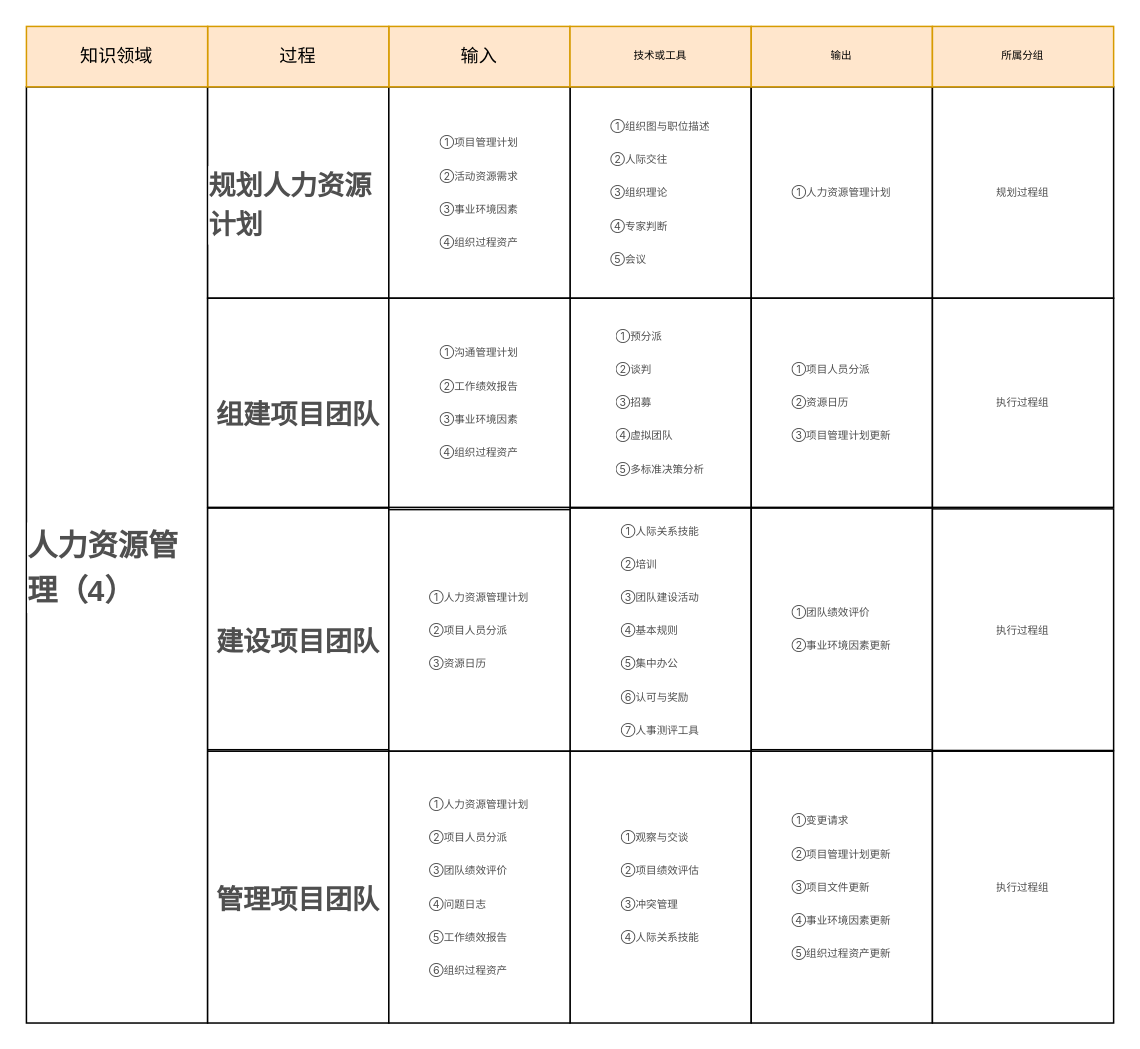
Above: 人力资源管理.drawio in pbm0802/GitIDEATest (draw.io), before the change. Source tidied: cells renumbered, new cells numbered last; positions are measured from the earlier drawing's top-left corner, leaving out a move shared by most shapes. Both pictures are drawn from the tidied source at 151%, with x=0, y=0 at pixel (26, 26).
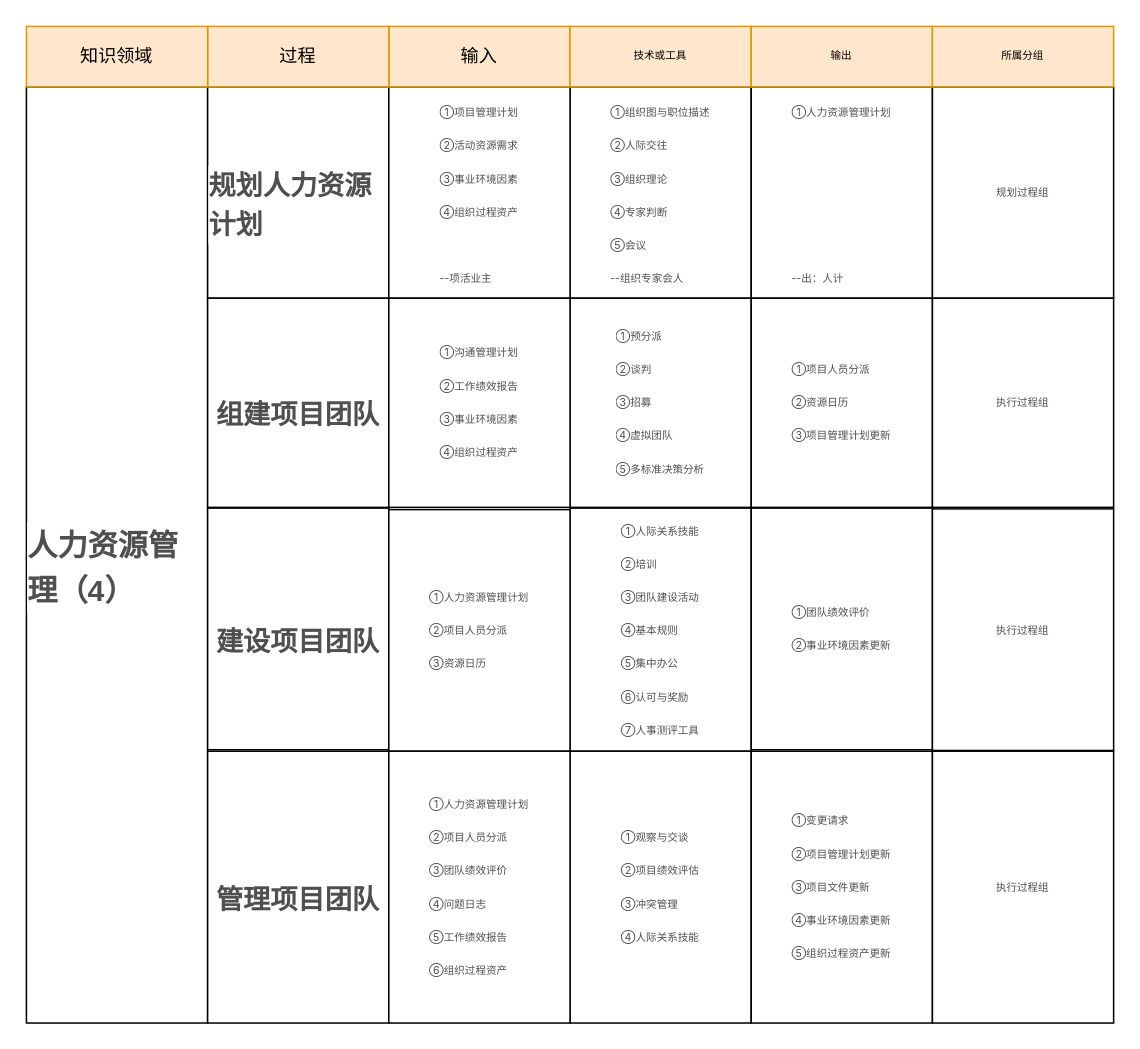
The same page after the edit.

Commit message (it also covers changes not shown here):
更新人力资源管理.drawio

Diff of the diagram source:
```diff
@@
-    <mxCell id="6" value="&lt;p style=&quot;box-sizing: border-box; outline: 0px; margin: 0px; padding: 0px; color: rgb(79, 79, 79); overflow: auto hidden; line-height: 22px; overflow-wrap: break-word; text-align: left; font-family: -apple-system, &amp;quot;SF UI Text&amp;quot;, Arial, &amp;quot;PingFang SC&amp;quot;, &amp;quot;Hiragino Sans GB&amp;quot;, &amp;quot;Microsoft YaHei&amp;quot;, &amp;quot;WenQuanYi Micro Hei&amp;quot;, sans-serif, SimHei, SimSun; background-color: rgb(255, 255, 255); font-size: 7px;&quot;&gt;&lt;font style=&quot;font-size: 7px;&quot;&gt;①组织图与职位描述&lt;/font&gt;&lt;/p&gt;&lt;p style=&quot;box-sizing: border-box; outline: 0px; margin: 0px; padding: 0px; color: rgb(79, 79, 79); overflow: auto hidden; line-height: 22px; overflow-wrap: break-word; text-align: left; font-family: -apple-system, &amp;quot;SF UI Text&amp;quot;, Arial, &amp;quot;PingFang SC&amp;quot;, &amp;quot;Hiragino Sans GB&amp;quot;, &amp;quot;Microsoft YaHei&amp;quot;, &amp;quot;WenQuanYi Micro Hei&amp;quot;, sans-serif, SimHei, SimSun; background-color: rgb(255, 255, 255); font-size: 7px;&quot;&gt;&lt;font style=&quot;font-size: 7px;&quot;&gt;②人际交往&lt;/font&gt;&lt;/p&gt;&lt;p style=&quot;box-sizing: border-box; outline: 0px; margin: 0px; padding: 0px; color: rgb(79, 79, 79); overflow: auto hidden; line-height: 22px; overflow-wrap: break-word; text-align: left; font-family: -apple-system, &amp;quot;SF UI Text&amp;quot;, Arial, &amp;quot;PingFang SC&amp;quot;, &amp;quot;Hiragino Sans GB&amp;quot;, &amp;quot;Microsoft YaHei&amp;quot;, &amp;quot;WenQuanYi Micro Hei&amp;quot;, sans-serif, SimHei, SimSun; background-color: rgb(255, 255, 255); font-size: 7px;&quot;&gt;&lt;font style=&quot;font-size: 7px;&quot;&gt;③组织理论&lt;/font&gt;&lt;/p&gt;&lt;p style=&quot;box-sizing: border-box; outline: 0px; margin: 0px; padding: 0px; color: rgb(79, 79, 79); overflow: auto hidden; line-height: 22px; overflow-wrap: break-word; text-align: left; font-family: -apple-system, &amp;quot;SF UI Text&amp;quot;, Arial, &amp;quot;PingFang SC&amp;quot;, &amp;quot;Hiragino Sans GB&amp;quot;, &amp;quot;Microsoft YaHei&amp;quot;, &amp;quot;WenQuanYi Micro Hei&amp;quot;, sans-serif, SimHei, SimSun; background-color: rgb(255, 255, 255); font-size: 7px;&quot;&gt;&lt;font style=&quot;font-size: 7px;&quot;&gt;④专家判断&lt;/font&gt;&lt;/p&gt;&lt;p style=&quot;box-sizing: border-box; outline: 0px; margin: 0px; padding: 0px; color: rgb(79, 79, 79); overflow: auto hidden; line-height: 22px; overflow-wrap: break-word; text-align: left; font-family: -apple-system, &amp;quot;SF UI Text&amp;quot;, Arial, &amp;quot;PingFang SC&amp;quot;, &amp;quot;Hiragino Sans GB&amp;quot;, &amp;quot;Microsoft YaHei&amp;quot;, &amp;quot;WenQuanYi Micro Hei&amp;quot;, sans-serif, SimHei, SimSun; background-color: rgb(255, 255, 255); font-size: 7px;&quot;&gt;&lt;font style=&quot;font-size: 7px;&quot;&gt;⑤会议&lt;/font&gt;&lt;/p&gt;" style="rounded=0;whiteSpace=wrap;html=1;fontSize=7;" parent="1" vertex="1">
+    <mxCell id="6" value="&lt;p style=&quot;box-sizing: border-box; outline: 0px; margin: 0px; padding: 0px; color: rgb(79, 79, 79); overflow: auto hidden; line-height: 22px; overflow-wrap: break-word; text-align: left; font-family: -apple-system, &amp;quot;SF UI Text&amp;quot;, Arial, &amp;quot;PingFang SC&amp;quot;, &amp;quot;Hiragino Sans GB&amp;quot;, &amp;quot;Microsoft YaHei&amp;quot;, &amp;quot;WenQuanYi Micro Hei&amp;quot;, sans-serif, SimHei, SimSun; background-color: rgb(255, 255, 255); font-size: 7px;&quot;&gt;&lt;font style=&quot;font-size: 7px;&quot;&gt;①组织图与职位描述&lt;/font&gt;&lt;/p&gt;&lt;p style=&quot;box-sizing: border-box; outline: 0px; margin: 0px; padding: 0px; color: rgb(79, 79, 79); overflow: auto hidden; line-height: 22px; overflow-wrap: break-word; text-align: left; font-family: -apple-system, &amp;quot;SF UI Text&amp;quot;, Arial, &amp;quot;PingFang SC&amp;quot;, &amp;quot;Hiragino Sans GB&amp;quot;, &amp;quot;Microsoft YaHei&amp;quot;, &amp;quot;WenQuanYi Micro Hei&amp;quot;, sans-serif, SimHei, SimSun; background-color: rgb(255, 255, 255); font-size: 7px;&quot;&gt;&lt;font style=&quot;font-size: 7px;&quot;&gt;②人际交往&lt;/font&gt;&lt;/p&gt;&lt;p style=&quot;box-sizing: border-box; outline: 0px; margin: 0px; padding: 0px; color: rgb(79, 79, 79); overflow: auto hidden; line-height: 22px; overflow-wrap: break-word; text-align: left; font-family: -apple-system, &amp;quot;SF UI Text&amp;quot;, Arial, &amp;quot;PingFang SC&amp;quot;, &amp;quot;Hiragino Sans GB&amp;quot;, &amp;quot;Microsoft YaHei&amp;quot;, &amp;quot;WenQuanYi Micro Hei&amp;quot;, sans-serif, SimHei, SimSun; background-color: rgb(255, 255, 255); font-size: 7px;&quot;&gt;&lt;font style=&quot;font-size: 7px;&quot;&gt;③组织理论&lt;/font&gt;&lt;/p&gt;&lt;p style=&quot;box-sizing: border-box; outline: 0px; margin: 0px; padding: 0px; color: rgb(79, 79, 79); overflow: auto hidden; line-height: 22px; overflow-wrap: break-word; text-align: left; font-family: -apple-system, &amp;quot;SF UI Text&amp;quot;, Arial, &amp;quot;PingFang SC&amp;quot;, &amp;quot;Hiragino Sans GB&amp;quot;, &amp;quot;Microsoft YaHei&amp;quot;, &amp;quot;WenQuanYi Micro Hei&amp;quot;, sans-serif, SimHei, SimSun; background-color: rgb(255, 255, 255); font-size: 7px;&quot;&gt;&lt;font style=&quot;font-size: 7px;&quot;&gt;④专家判断&lt;/font&gt;&lt;/p&gt;&lt;p style=&quot;box-sizing: border-box; outline: 0px; margin: 0px; padding: 0px; color: rgb(79, 79, 79); overflow: auto hidden; line-height: 22px; overflow-wrap: break-word; text-align: left; font-family: -apple-system, &amp;quot;SF UI Text&amp;quot;, Arial, &amp;quot;PingFang SC&amp;quot;, &amp;quot;Hiragino Sans GB&amp;quot;, &amp;quot;Microsoft YaHei&amp;quot;, &amp;quot;WenQuanYi Micro Hei&amp;quot;, sans-serif, SimHei, SimSun; background-color: rgb(255, 255, 255); font-size: 7px;&quot;&gt;&lt;font style=&quot;font-size: 7px;&quot;&gt;⑤会议&lt;/font&gt;&lt;/p&gt;&lt;p style=&quot;box-sizing: border-box; outline: 0px; margin: 0px; padding: 0px; color: rgb(79, 79, 79); overflow: auto hidden; line-height: 22px; overflow-wrap: break-word; text-align: left; font-family: -apple-system, &amp;quot;SF UI Text&amp;quot;, Arial, &amp;quot;PingFang SC&amp;quot;, &amp;quot;Hiragino Sans GB&amp;quot;, &amp;quot;Microsoft YaHei&amp;quot;, &amp;quot;WenQuanYi Micro Hei&amp;quot;, sans-serif, SimHei, SimSun; background-color: rgb(255, 255, 255); font-size: 7px;&quot;&gt;--组织专家会人&lt;/p&gt;" style="rounded=0;whiteSpace=wrap;html=1;fontSize=7;verticalAlign=top;" parent="1" vertex="1">
       <mxGeometry x="360" y="40" width="120" height="140" as="geometry" />
     </mxCell>
-    <mxCell id="7" value="&lt;p style=&quot;box-sizing: border-box; outline: 0px; margin: 0px; padding: 0px; font-size: 7px; color: rgb(79, 79, 79); overflow: auto hidden; line-height: 22px; overflow-wrap: break-word; text-align: left; font-family: -apple-system, &amp;quot;SF UI Text&amp;quot;, Arial, &amp;quot;PingFang SC&amp;quot;, &amp;quot;Hiragino Sans GB&amp;quot;, &amp;quot;Microsoft YaHei&amp;quot;, &amp;quot;WenQuanYi Micro Hei&amp;quot;, sans-serif, SimHei, SimSun; background-color: rgb(255, 255, 255);&quot;&gt;①人力资源管理计划&lt;br style=&quot;font-size: 7px;&quot;&gt;&lt;/p&gt;" style="rounded=0;whiteSpace=wrap;html=1;fontSize=7;" parent="1" vertex="1">
+    <mxCell id="7" value="&lt;p style=&quot;box-sizing: border-box; outline: 0px; margin: 0px; padding: 0px; font-size: 7px; color: rgb(79, 79, 79); overflow: auto hidden; line-height: 22px; overflow-wrap: break-word; text-align: left; font-family: -apple-system, &amp;quot;SF UI Text&amp;quot;, Arial, &amp;quot;PingFang SC&amp;quot;, &amp;quot;Hiragino Sans GB&amp;quot;, &amp;quot;Microsoft YaHei&amp;quot;, &amp;quot;WenQuanYi Micro Hei&amp;quot;, sans-serif, SimHei, SimSun; background-color: rgb(255, 255, 255);&quot;&gt;①人力资源管理计划&lt;br style=&quot;font-size: 7px;&quot;&gt;&lt;/p&gt;&lt;p style=&quot;box-sizing: border-box; outline: 0px; margin: 0px; padding: 0px; font-size: 7px; color: rgb(79, 79, 79); overflow: auto hidden; line-height: 22px; overflow-wrap: break-word; text-align: left; font-family: -apple-system, &amp;quot;SF UI Text&amp;quot;, Arial, &amp;quot;PingFang SC&amp;quot;, &amp;quot;Hiragino Sans GB&amp;quot;, &amp;quot;Microsoft YaHei&amp;quot;, &amp;quot;WenQuanYi Micro Hei&amp;quot;, sans-serif, SimHei, SimSun; background-color: rgb(255, 255, 255);&quot;&gt;&lt;br&gt;&lt;/p&gt;&lt;p style=&quot;box-sizing: border-box; outline: 0px; margin: 0px; padding: 0px; font-size: 7px; color: rgb(79, 79, 79); overflow: auto hidden; line-height: 22px; overflow-wrap: break-word; text-align: left; font-family: -apple-system, &amp;quot;SF UI Text&amp;quot;, Arial, &amp;quot;PingFang SC&amp;quot;, &amp;quot;Hiragino Sans GB&amp;quot;, &amp;quot;Microsoft YaHei&amp;quot;, &amp;quot;WenQuanYi Micro Hei&amp;quot;, sans-serif, SimHei, SimSun; background-color: rgb(255, 255, 255);&quot;&gt;&lt;br&gt;&lt;/p&gt;&lt;p style=&quot;box-sizing: border-box; outline: 0px; margin: 0px; padding: 0px; font-size: 7px; color: rgb(79, 79, 79); overflow: auto hidden; line-height: 22px; overflow-wrap: break-word; text-align: left; font-family: -apple-system, &amp;quot;SF UI Text&amp;quot;, Arial, &amp;quot;PingFang SC&amp;quot;, &amp;quot;Hiragino Sans GB&amp;quot;, &amp;quot;Microsoft YaHei&amp;quot;, &amp;quot;WenQuanYi Micro Hei&amp;quot;, sans-serif, SimHei, SimSun; background-color: rgb(255, 255, 255);&quot;&gt;&lt;br&gt;&lt;/p&gt;&lt;p style=&quot;box-sizing: border-box; outline: 0px; margin: 0px; padding: 0px; font-size: 7px; color: rgb(79, 79, 79); overflow: auto hidden; line-height: 22px; overflow-wrap: break-word; text-align: left; font-family: -apple-system, &amp;quot;SF UI Text&amp;quot;, Arial, &amp;quot;PingFang SC&amp;quot;, &amp;quot;Hiragino Sans GB&amp;quot;, &amp;quot;Microsoft YaHei&amp;quot;, &amp;quot;WenQuanYi Micro Hei&amp;quot;, sans-serif, SimHei, SimSun; background-color: rgb(255, 255, 255);&quot;&gt;&lt;br&gt;&lt;/p&gt;&lt;p style=&quot;box-sizing: border-box; outline: 0px; margin: 0px; padding: 0px; font-size: 7px; color: rgb(79, 79, 79); overflow: auto hidden; line-height: 22px; overflow-wrap: break-word; text-align: left; font-family: -apple-system, &amp;quot;SF UI Text&amp;quot;, Arial, &amp;quot;PingFang SC&amp;quot;, &amp;quot;Hiragino Sans GB&amp;quot;, &amp;quot;Microsoft YaHei&amp;quot;, &amp;quot;WenQuanYi Micro Hei&amp;quot;, sans-serif, SimHei, SimSun; background-color: rgb(255, 255, 255);&quot;&gt;--出：人计&lt;/p&gt;" style="rounded=0;whiteSpace=wrap;html=1;fontSize=7;verticalAlign=top;" parent="1" vertex="1">
       <mxGeometry x="480" y="40" width="120" height="140" as="geometry" />
     </mxCell>
@@
-    <mxCell id="9" value="&lt;p style=&quot;box-sizing: border-box; outline: 0px; margin: 0px; padding: 0px; font-size: 7px; color: rgb(79, 79, 79); overflow: auto hidden; line-height: 22px; overflow-wrap: break-word; text-align: left; font-family: -apple-system, &amp;quot;SF UI Text&amp;quot;, Arial, &amp;quot;PingFang SC&amp;quot;, &amp;quot;Hiragino Sans GB&amp;quot;, &amp;quot;Microsoft YaHei&amp;quot;, &amp;quot;WenQuanYi Micro Hei&amp;quot;, sans-serif, SimHei, SimSun; background-color: rgb(255, 255, 255);&quot;&gt;①项目管理计划&lt;/p&gt;&lt;p style=&quot;box-sizing: border-box; outline: 0px; margin: 0px; padding: 0px; font-size: 7px; color: rgb(79, 79, 79); overflow: auto hidden; line-height: 22px; overflow-wrap: break-word; text-align: left; font-family: -apple-system, &amp;quot;SF UI Text&amp;quot;, Arial, &amp;quot;PingFang SC&amp;quot;, &amp;quot;Hiragino Sans GB&amp;quot;, &amp;quot;Microsoft YaHei&amp;quot;, &amp;quot;WenQuanYi Micro Hei&amp;quot;, sans-serif, SimHei, SimSun; background-color: rgb(255, 255, 255);&quot;&gt;②活动资源需求&lt;/p&gt;&lt;p style=&quot;box-sizing: border-box; outline: 0px; margin: 0px; padding: 0px; font-size: 7px; color: rgb(79, 79, 79); overflow: auto hidden; line-height: 22px; overflow-wrap: break-word; text-align: left; font-family: -apple-system, &amp;quot;SF UI Text&amp;quot;, Arial, &amp;quot;PingFang SC&amp;quot;, &amp;quot;Hiragino Sans GB&amp;quot;, &amp;quot;Microsoft YaHei&amp;quot;, &amp;quot;WenQuanYi Micro Hei&amp;quot;, sans-serif, SimHei, SimSun; background-color: rgb(255, 255, 255);&quot;&gt;③事业环境因素&lt;/p&gt;&lt;p style=&quot;box-sizing: border-box; outline: 0px; margin: 0px; padding: 0px; font-size: 7px; color: rgb(79, 79, 79); overflow: auto hidden; line-height: 22px; overflow-wrap: break-word; text-align: left; font-family: -apple-system, &amp;quot;SF UI Text&amp;quot;, Arial, &amp;quot;PingFang SC&amp;quot;, &amp;quot;Hiragino Sans GB&amp;quot;, &amp;quot;Microsoft YaHei&amp;quot;, &amp;quot;WenQuanYi Micro Hei&amp;quot;, sans-serif, SimHei, SimSun; background-color: rgb(255, 255, 255);&quot;&gt;④组织过程资产&lt;/p&gt;" style="rounded=0;whiteSpace=wrap;html=1;fontSize=7;" parent="1" vertex="1">
+    <mxCell id="9" value="&lt;p style=&quot;box-sizing: border-box; outline: 0px; margin: 0px; padding: 0px; font-size: 7px; color: rgb(79, 79, 79); overflow: auto hidden; line-height: 22px; overflow-wrap: break-word; text-align: left; font-family: -apple-system, &amp;quot;SF UI Text&amp;quot;, Arial, &amp;quot;PingFang SC&amp;quot;, &amp;quot;Hiragino Sans GB&amp;quot;, &amp;quot;Microsoft YaHei&amp;quot;, &amp;quot;WenQuanYi Micro Hei&amp;quot;, sans-serif, SimHei, SimSun; background-color: rgb(255, 255, 255);&quot;&gt;①项目管理计划&lt;/p&gt;&lt;p style=&quot;box-sizing: border-box; outline: 0px; margin: 0px; padding: 0px; font-size: 7px; color: rgb(79, 79, 79); overflow: auto hidden; line-height: 22px; overflow-wrap: break-word; text-align: left; font-family: -apple-system, &amp;quot;SF UI Text&amp;quot;, Arial, &amp;quot;PingFang SC&amp;quot;, &amp;quot;Hiragino Sans GB&amp;quot;, &amp;quot;Microsoft YaHei&amp;quot;, &amp;quot;WenQuanYi Micro Hei&amp;quot;, sans-serif, SimHei, SimSun; background-color: rgb(255, 255, 255);&quot;&gt;②活动资源需求&lt;/p&gt;&lt;p style=&quot;box-sizing: border-box; outline: 0px; margin: 0px; padding: 0px; font-size: 7px; color: rgb(79, 79, 79); overflow: auto hidden; line-height: 22px; overflow-wrap: break-word; text-align: left; font-family: -apple-system, &amp;quot;SF UI Text&amp;quot;, Arial, &amp;quot;PingFang SC&amp;quot;, &amp;quot;Hiragino Sans GB&amp;quot;, &amp;quot;Microsoft YaHei&amp;quot;, &amp;quot;WenQuanYi Micro Hei&amp;quot;, sans-serif, SimHei, SimSun; background-color: rgb(255, 255, 255);&quot;&gt;③事业环境因素&lt;/p&gt;&lt;p style=&quot;box-sizing: border-box; outline: 0px; margin: 0px; padding: 0px; font-size: 7px; color: rgb(79, 79, 79); overflow: auto hidden; line-height: 22px; overflow-wrap: break-word; text-align: left; font-family: -apple-system, &amp;quot;SF UI Text&amp;quot;, Arial, &amp;quot;PingFang SC&amp;quot;, &amp;quot;Hiragino Sans GB&amp;quot;, &amp;quot;Microsoft YaHei&amp;quot;, &amp;quot;WenQuanYi Micro Hei&amp;quot;, sans-serif, SimHei, SimSun; background-color: rgb(255, 255, 255);&quot;&gt;④组织过程资产&lt;/p&gt;&lt;p style=&quot;box-sizing: border-box; outline: 0px; margin: 0px; padding: 0px; font-size: 7px; color: rgb(79, 79, 79); overflow: auto hidden; line-height: 22px; overflow-wrap: break-word; text-align: left; font-family: -apple-system, &amp;quot;SF UI Text&amp;quot;, Arial, &amp;quot;PingFang SC&amp;quot;, &amp;quot;Hiragino Sans GB&amp;quot;, &amp;quot;Microsoft YaHei&amp;quot;, &amp;quot;WenQuanYi Micro Hei&amp;quot;, sans-serif, SimHei, SimSun; background-color: rgb(255, 255, 255);&quot;&gt;&lt;br&gt;&lt;/p&gt;&lt;p style=&quot;box-sizing: border-box; outline: 0px; margin: 0px; padding: 0px; font-size: 7px; color: rgb(79, 79, 79); overflow: auto hidden; line-height: 22px; overflow-wrap: break-word; text-align: left; font-family: -apple-system, &amp;quot;SF UI Text&amp;quot;, Arial, &amp;quot;PingFang SC&amp;quot;, &amp;quot;Hiragino Sans GB&amp;quot;, &amp;quot;Microsoft YaHei&amp;quot;, &amp;quot;WenQuanYi Micro Hei&amp;quot;, sans-serif, SimHei, SimSun; background-color: rgb(255, 255, 255);&quot;&gt;--项活业主&lt;/p&gt;" style="rounded=0;whiteSpace=wrap;html=1;fontSize=7;verticalAlign=top;" parent="1" vertex="1">
       <mxGeometry x="240" y="40" width="120" height="140" as="geometry" />
     </mxCell>
```
